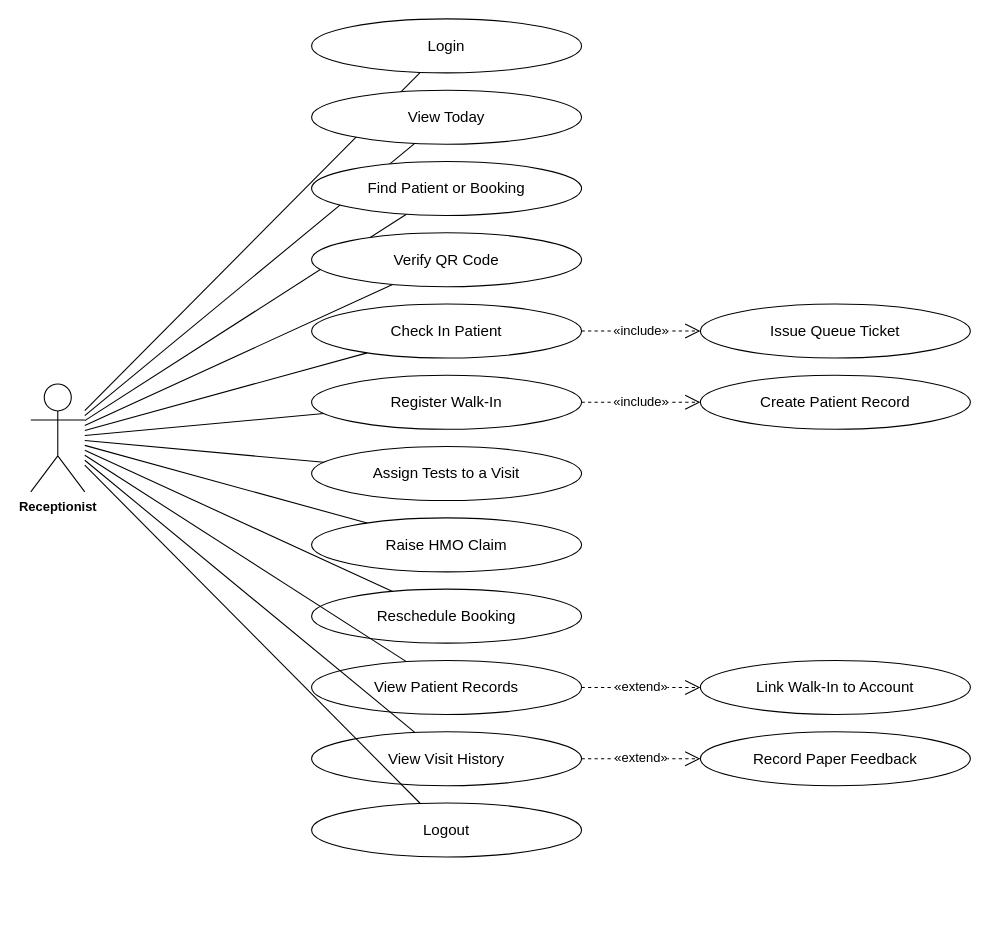
The draw.io diagram page "Receptionist" (3 of 8) of docs/diagrams/usecases.drawio in steven23lz/Enlogada-Clinic-Management-System, before the edit. Source tidied: cells renumbered, new cells numbered last; positions are measured from the earlier drawing's top-left corner, leaving out a move shared by most shapes. Both pictures are drawn from the tidied source at 108%, with x=0, y=0 at pixel (30, 18).
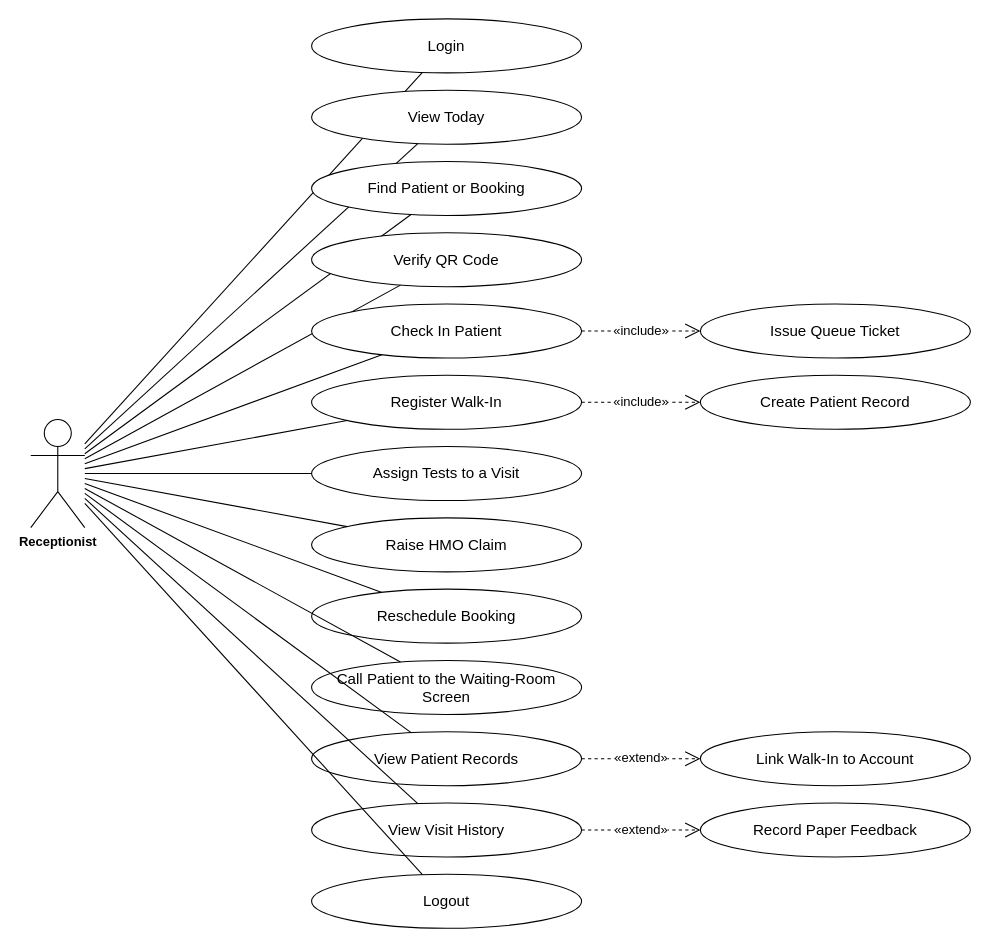
The same page after the edit.

Unchanged cells that the change refers to:
```xml
<mxCell id="11" value="Check In Patient" style="ellipse;whiteSpace=wrap;html=1;fontFamily=Helvetica;fontSize=14;fontColor=#000000;strokeColor=#000000;" parent="1" vertex="1">
  <mxGeometry x="260" y="264" width="250" height="50" as="geometry" />
</mxCell>
<mxCell id="13" value="Register Walk-In" style="ellipse;whiteSpace=wrap;html=1;fontFamily=Helvetica;fontSize=14;fontColor=#000000;strokeColor=#000000;" parent="1" vertex="1">
  <mxGeometry x="260" y="330" width="250" height="50" as="geometry" />
</mxCell>
```

Change to the diagram source:
```diff
@@
     <mxCell id="2" value="Receptionist" style="shape=umlActor;verticalLabelPosition=bottom;verticalAlign=top;html=1;outlineConnect=0;fontFamily=Helvetica;fontSize=12;fontStyle=1;" parent="1" vertex="1">
-      <mxGeometry y="338" width="50" height="100" as="geometry" />
+      <mxGeometry y="371" width="50" height="100" as="geometry" />
     </mxCell>
@@
-    <mxCell id="21" value="View Patient Records" style="ellipse;whiteSpace=wrap;html=1;fontFamily=Helvetica;fontSize=14;fontColor=#000000;strokeColor=#000000;" parent="1" vertex="1">
+    <mxCell id="21" value="Call Patient to the Waiting-Room Screen" style="ellipse;whiteSpace=wrap;html=1;fontFamily=Helvetica;fontSize=14;fontColor=#000000;strokeColor=#000000;" parent="1" vertex="1">
       <mxGeometry x="260" y="594" width="250" height="50" as="geometry" />
     </mxCell>
@@
-    <mxCell id="23" value="View Visit History" style="ellipse;whiteSpace=wrap;html=1;fontFamily=Helvetica;fontSize=14;fontColor=#000000;strokeColor=#000000;" parent="1" vertex="1">
+    <mxCell id="23" value="View Patient Records" style="ellipse;whiteSpace=wrap;html=1;fontFamily=Helvetica;fontSize=14;fontColor=#000000;strokeColor=#000000;" parent="1" vertex="1">
       <mxGeometry x="260" y="660" width="250" height="50" as="geometry" />
     </mxCell>
@@
-    <mxCell id="25" value="Logout" style="ellipse;whiteSpace=wrap;html=1;fontFamily=Helvetica;fontSize=14;fontColor=#000000;strokeColor=#000000;" parent="1" vertex="1">
+    <mxCell id="25" value="View Visit History" style="ellipse;whiteSpace=wrap;html=1;fontFamily=Helvetica;fontSize=14;fontColor=#000000;strokeColor=#000000;" parent="1" vertex="1">
       <mxGeometry x="260" y="726" width="250" height="50" as="geometry" />
     </mxCell>
@@
-    <mxCell id="27" value="Issue Queue Ticket" style="ellipse;whiteSpace=wrap;html=1;fontFamily=Helvetica;fontSize=14;fontColor=#000000;strokeColor=#000000;" parent="1" vertex="1">
-      <mxGeometry x="620" y="264" width="250" height="50" as="geometry" />
+    <mxCell id="27" value="Logout" style="ellipse;whiteSpace=wrap;html=1;fontFamily=Helvetica;fontSize=14;fontColor=#000000;strokeColor=#000000;" parent="1" vertex="1">
+      <mxGeometry x="260" y="792" width="250" height="50" as="geometry" />
     </mxCell>
-    <mxCell id="28" value="«include»" style="endArrow=open;endSize=12;dashed=1;html=1;fontFamily=Helvetica;fontSize=12;fontColor=#000000;strokeColor=#000000;" parent="1" edge="1" source="11" target="27">
+    <mxCell id="28" style="edgeStyle=none;rounded=0;html=1;endArrow=none;fontFamily=Helvetica;fontSize=12;fontColor=#000000;strokeColor=#000000;" parent="1" edge="1" source="2" target="27">
       <mxGeometry relative="1" as="geometry" />
     </mxCell>
-    <mxCell id="29" value="Create Patient Record" style="ellipse;whiteSpace=wrap;html=1;fontFamily=Helvetica;fontSize=14;fontColor=#000000;strokeColor=#000000;" parent="1" vertex="1">
-      <mxGeometry x="620" y="330" width="250" height="50" as="geometry" />
+    <mxCell id="29" value="Issue Queue Ticket" style="ellipse;whiteSpace=wrap;html=1;fontFamily=Helvetica;fontSize=14;fontColor=#000000;strokeColor=#000000;" parent="1" vertex="1">
+      <mxGeometry x="620" y="264" width="250" height="50" as="geometry" />
     </mxCell>
-    <mxCell id="30" value="«include»" style="endArrow=open;endSize=12;dashed=1;html=1;fontFamily=Helvetica;fontSize=12;fontColor=#000000;strokeColor=#000000;" parent="1" edge="1" source="13" target="29">
+    <mxCell id="30" value="«include»" style="endArrow=open;endSize=12;dashed=1;html=1;fontFamily=Helvetica;fontSize=12;fontColor=#000000;strokeColor=#000000;" parent="1" edge="1" source="11" target="29">
       <mxGeometry relative="1" as="geometry" />
     </mxCell>
-    <mxCell id="31" value="Link Walk-In to Account" style="ellipse;whiteSpace=wrap;html=1;fontFamily=Helvetica;fontSize=14;fontColor=#000000;strokeColor=#000000;" parent="1" vertex="1">
-      <mxGeometry x="620" y="594" width="250" height="50" as="geometry" />
+    <mxCell id="31" value="Create Patient Record" style="ellipse;whiteSpace=wrap;html=1;fontFamily=Helvetica;fontSize=14;fontColor=#000000;strokeColor=#000000;" parent="1" vertex="1">
+      <mxGeometry x="620" y="330" width="250" height="50" as="geometry" />
     </mxCell>
-    <mxCell id="32" value="«extend»" style="endArrow=open;endSize=12;dashed=1;html=1;fontFamily=Helvetica;fontSize=12;fontColor=#000000;strokeColor=#000000;" parent="1" edge="1" source="21" target="31">
+    <mxCell id="32" value="«include»" style="endArrow=open;endSize=12;dashed=1;html=1;fontFamily=Helvetica;fontSize=12;fontColor=#000000;strokeColor=#000000;" parent="1" edge="1" source="13" target="31">
       <mxGeometry relative="1" as="geometry" />
     </mxCell>
-    <mxCell id="33" value="Record Paper Feedback" style="ellipse;whiteSpace=wrap;html=1;fontFamily=Helvetica;fontSize=14;fontColor=#000000;strokeColor=#000000;" parent="1" vertex="1">
+    <mxCell id="33" value="Link Walk-In to Account" style="ellipse;whiteSpace=wrap;html=1;fontFamily=Helvetica;fontSize=14;fontColor=#000000;strokeColor=#000000;" parent="1" vertex="1">
       <mxGeometry x="620" y="660" width="250" height="50" as="geometry" />
     </mxCell>
@@
+    <mxCell id="35" value="Record Paper Feedback" style="ellipse;whiteSpace=wrap;html=1;fontFamily=Helvetica;fontSize=14;fontColor=#000000;strokeColor=#000000;" parent="1" vertex="1">
+      <mxGeometry x="620" y="726" width="250" height="50" as="geometry" />
+    </mxCell>
+    <mxCell id="36" value="«extend»" style="endArrow=open;endSize=12;dashed=1;html=1;fontFamily=Helvetica;fontSize=12;fontColor=#000000;strokeColor=#000000;" parent="1" edge="1" source="25" target="35">
+      <mxGeometry relative="1" as="geometry" />
+    </mxCell>
```
